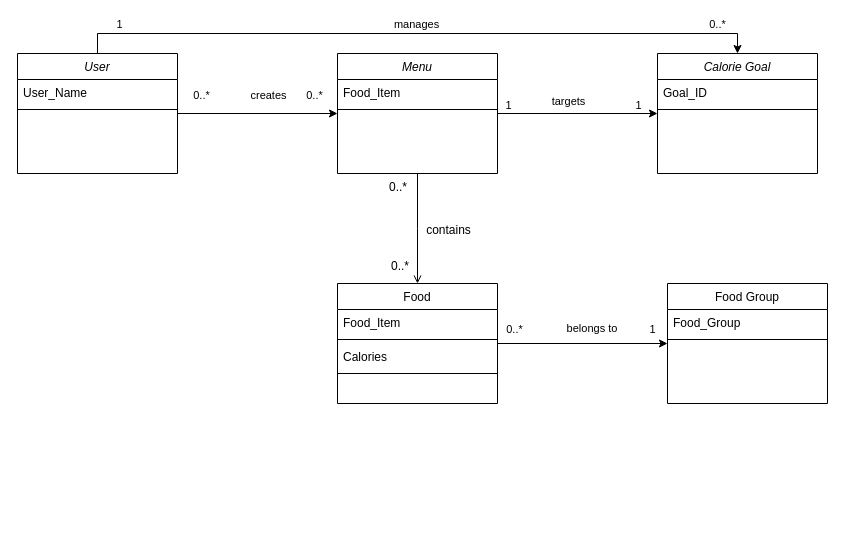
This is ext/Untitled Diagram.drawio from raeeschaudhary/Coursera_Exams, a draw.io file, before an edit. Source tidied: cells renumbered, new cells numbered last; positions are measured from the earlier drawing's top-left corner, leaving out a move shared by most shapes. Both pictures are drawn from the tidied source at 100%, with x=0, y=0 at pixel (17, 53).
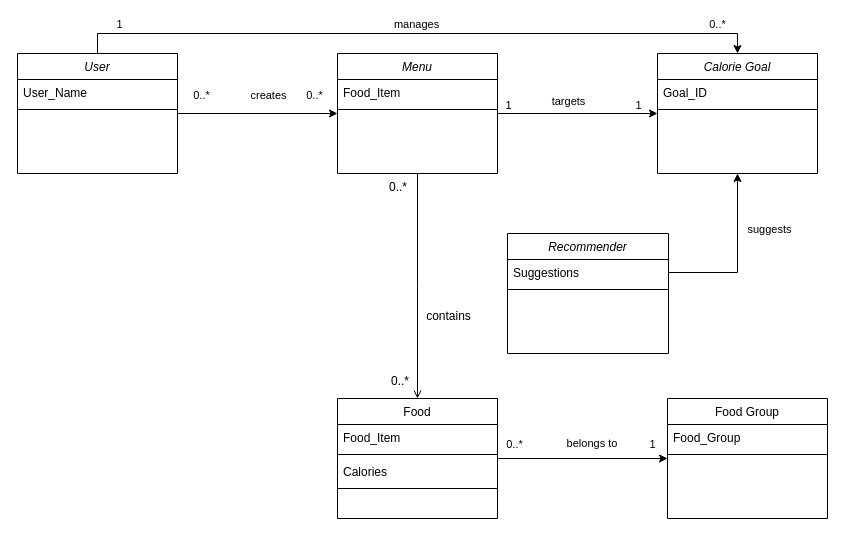
The same page after the edit.

The change refers to these unchanged cells:
```xml
<mxCell id="36" value="Calorie Goal" style="swimlane;fontStyle=2;align=center;verticalAlign=top;horizontal=1;startSize=26;rounded=0;shadow=0;strokeWidth=1;" parent="1" vertex="1">
  <mxGeometry x="640" width="160" height="120" as="geometry" />
</mxCell>
```

Diff of the diagram source:
```diff
@@
     <mxCell id="9" value="Food" style="swimlane;fontStyle=0;align=center;verticalAlign=top;horizontal=1;startSize=26;rounded=0;shadow=0;strokeWidth=1;" parent="1" vertex="1">
-      <mxGeometry x="320" y="230" width="160" height="120" as="geometry" />
+      <mxGeometry x="320" y="345" width="160" height="120" as="geometry" />
     </mxCell>
@@
     <mxCell id="18" value="Food Group" style="swimlane;fontStyle=0;align=center;verticalAlign=top;horizontal=1;startSize=26;rounded=0;shadow=0;strokeWidth=1;" parent="1" vertex="1">
-      <mxGeometry x="650" y="230" width="160" height="120" as="geometry" />
+      <mxGeometry x="650" y="345" width="160" height="120" as="geometry" />
     </mxCell>
@@
+    <mxCell id="39" value="Recommender" style="swimlane;fontStyle=2;align=center;verticalAlign=top;horizontal=1;startSize=26;rounded=0;shadow=0;strokeWidth=1;" parent="1" vertex="1">
+      <mxGeometry x="490" y="180" width="161" height="120" as="geometry" />
+    </mxCell>
+    <mxCell id="40" value="Suggestions" style="text;align=left;verticalAlign=top;spacingLeft=4;spacingRight=4;overflow=hidden;points=[[0,0.5],[1,0.5]];portConstraint=eastwest;" parent="39" vertex="1">
+      <mxGeometry y="26" width="161" height="26" as="geometry" />
+    </mxCell>
+    <mxCell id="41" style="line;html=1;strokeWidth=1;align=left;verticalAlign=middle;spacingTop=-1;spacingLeft=3;spacingRight=3;labelPosition=right;" parent="39" vertex="1">
+      <mxGeometry y="52" width="161" height="8" as="geometry" />
+    </mxCell>
+    <mxCell id="42" style="edgeStyle=orthogonalEdgeStyle;rounded=0;jettySize=auto;html=1;exitX=1;exitY=0.5;exitDx=0;exitDy=0;entryX=0.5;entryY=1;entryDx=0;entryDy=0;" parent="1" edge="1" source="40" target="36">
+      <mxGeometry relative="1" as="geometry" />
+    </mxCell>
+    <mxCell id="43" value="suggests" style="edgeLabel;html=1;align=center;verticalAlign=middle;" parent="42" vertex="1">
+      <mxGeometry x="0.35" relative="1" as="geometry">
+        <mxPoint x="31" as="offset" />
+      </mxGeometry>
+    </mxCell>
```
